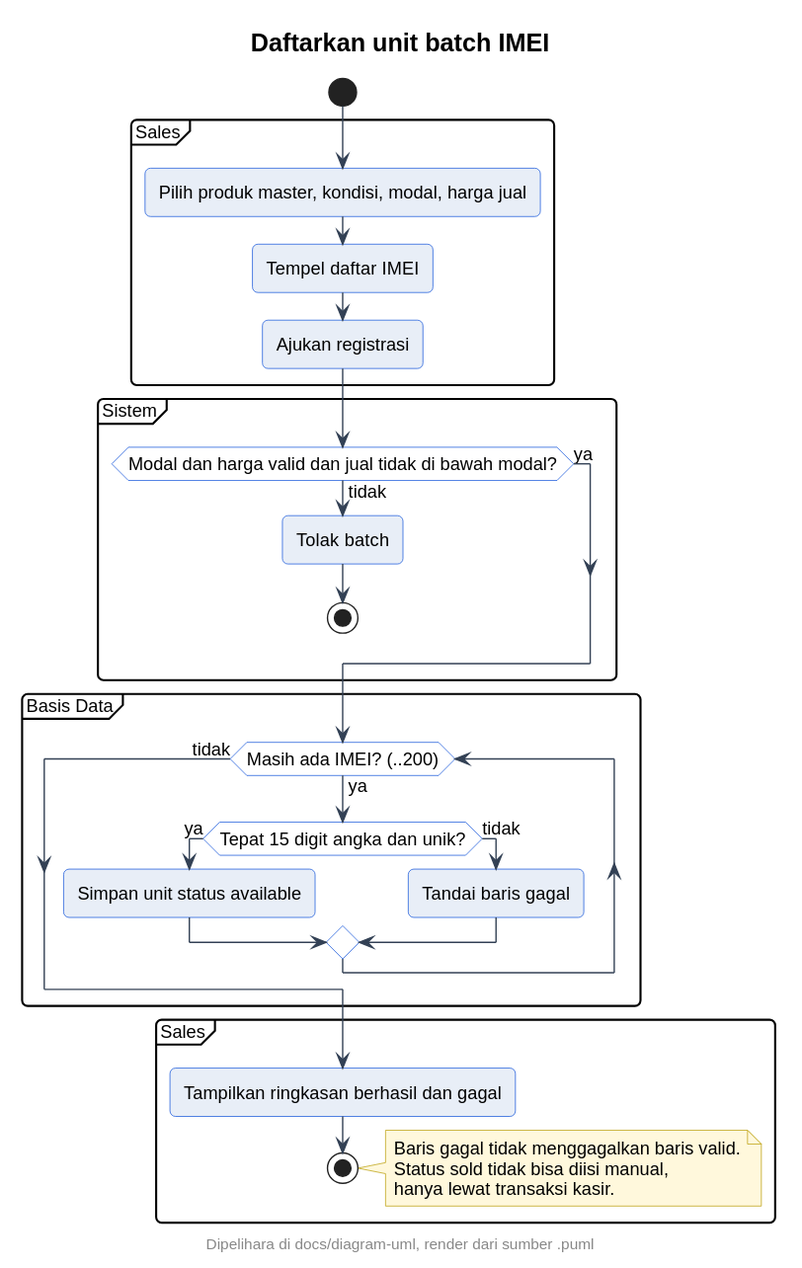
Before: docs/diagram-uml/sales/activity-registrasi-imei.svg, a diagram exported from PlantUML (neiaki/KP). The source it was exported from:
```plantuml
@startuml
skinparam backgroundColor #FFFFFF
skinparam shadowing false
skinparam roundcorner 8
skinparam defaultFontName sans-serif
skinparam defaultFontSize 13
skinparam titleFontSize 18
skinparam titleFontStyle bold
skinparam headerFontSize 11
skinparam footerFontSize 11
skinparam noteBackgroundColor #FFF8DC
skinparam noteBorderColor #B89B00
skinparam actorBackgroundColor #E8EEF7
skinparam actorBorderColor #0B4ED8
skinparam participantBackgroundColor #E8EEF7
skinparam participantBorderColor #0B4ED8
skinparam usecaseBackgroundColor #E8EEF7
skinparam usecaseBorderColor #0B4ED8
skinparam classBackgroundColor #E8EEF7
skinparam classBorderColor #0B4ED8
skinparam objectBackgroundColor #EEF3FA
skinparam objectBorderColor #0B4ED8
skinparam activityBackgroundColor #E8EEF7
skinparam activityBorderColor #0B4ED8
skinparam activityDiamondBackgroundColor #FFFFFF
skinparam activityDiamondBorderColor #0B4ED8
skinparam stateBackgroundColor #E8EEF7
skinparam stateBorderColor #0B4ED8
skinparam stateStartColor #0B4ED8
skinparam stateEndColor #0B4ED8
skinparam componentBackgroundColor #E8EEF7
skinparam componentBorderColor #0B4ED8
skinparam cloudBackgroundColor #F2F5FA
skinparam cloudBorderColor #5B6B82
skinparam databaseBackgroundColor #E8EEF7
skinparam databaseBorderColor #0B4ED8
skinparam entityBackgroundColor #E8EEF7
skinparam entityBorderColor #0B4ED8
skinparam sequenceArrowColor #334155
skinparam sequenceLifeLineBorderColor #0B4ED8
skinparam sequenceParticipantBorderColor #0B4ED8
footer Dipelihara di docs/diagram-uml, render dari sumber .puml
title Daftarkan unit batch IMEI
start
partition Sales {
:Pilih produk master, kondisi, modal, harga jual;
:Tempel daftar IMEI;
:Ajukan registrasi;
}
partition Sistem {
if (Modal dan harga valid dan jual tidak di bawah modal?) then (tidak)
  :Tolak batch;
  stop
else (ya)
endif
}
partition Basis Data {
while (Masih ada IMEI? (..200)) is (ya)
  if (Tepat 15 digit angka dan unik?) then (ya)
    :Simpan unit status available;
  else (tidak)
    :Tandai baris gagal;
  endif
endwhile (tidak)
}
partition Sales {
:Tampilkan ringkasan berhasil dan gagal;
stop
}
note right
  Baris gagal tidak menggagalkan baris valid.
  Status sold tidak bisa diisi manual,
  hanya lewat transaksi kasir.
end note
@enduml
```
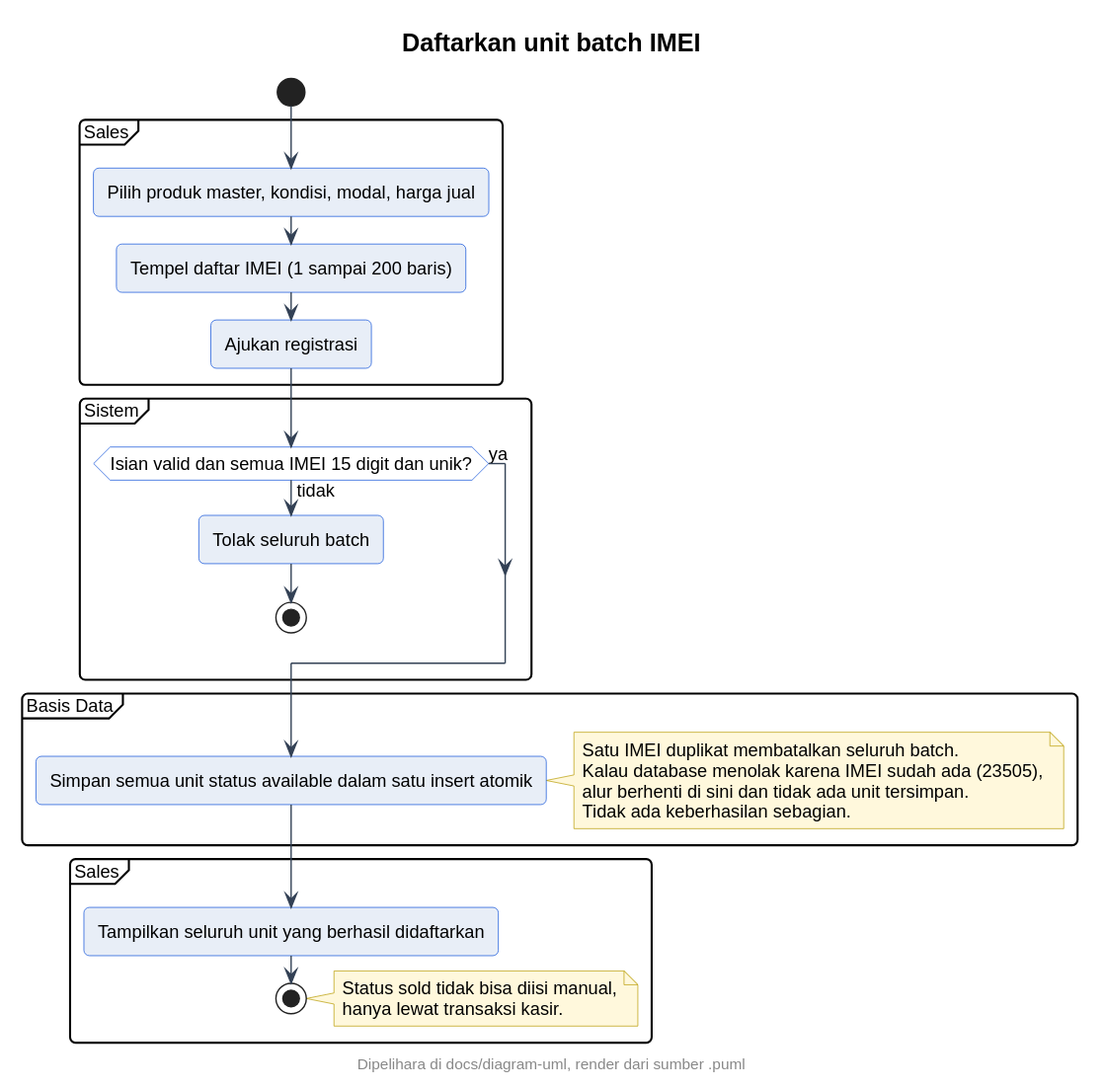
Above is the later version.

What changed in the source:
```diff
@@ -44,31 +44,30 @@
 start
 partition Sales {
 :Pilih produk master, kondisi, modal, harga jual;
-:Tempel daftar IMEI;
+:Tempel daftar IMEI (1 sampai 200 baris);
 :Ajukan registrasi;
 }
 partition Sistem {
-if (Modal dan harga valid dan jual tidak di bawah modal?) then (tidak)
-  :Tolak batch;
+if (Isian valid dan semua IMEI 15 digit dan unik?) then (tidak)
+  :Tolak seluruh batch;
   stop
 else (ya)
 endif
 }
 partition Basis Data {
-while (Masih ada IMEI? (..200)) is (ya)
-  if (Tepat 15 digit angka dan unik?) then (ya)
-    :Simpan unit status available;
-  else (tidak)
-    :Tandai baris gagal;
-  endif
-endwhile (tidak)
+:Simpan semua unit status available dalam satu insert atomik;
+note right
+  Satu IMEI duplikat membatalkan seluruh batch.
+  Kalau database menolak karena IMEI sudah ada (23505),
+  alur berhenti di sini dan tidak ada unit tersimpan.
+  Tidak ada keberhasilan sebagian.
+end note
 }
 partition Sales {
-:Tampilkan ringkasan berhasil dan gagal;
+:Tampilkan seluruh unit yang berhasil didaftarkan;
 stop
 }
 note right
-  Baris gagal tidak menggagalkan baris valid.
   Status sold tidak bisa diisi manual,
   hanya lewat transaksi kasir.
 end note
```
